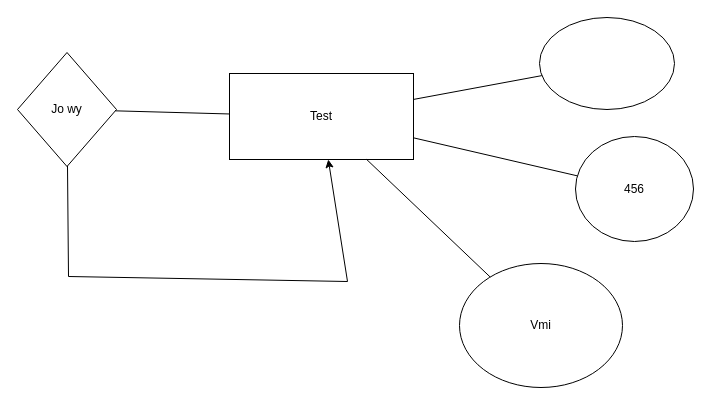
Before: result.drawio in DavidSzelepcsenyi/szakdoga, a draw.io diagram. Source tidied: cells renumbered, new cells numbered last; positions are measured from the earlier drawing's top-left corner, leaving out a move shared by most shapes. Both pictures are drawn from the tidied source at 100%, with x=0, y=0 at pixel (17, 17).
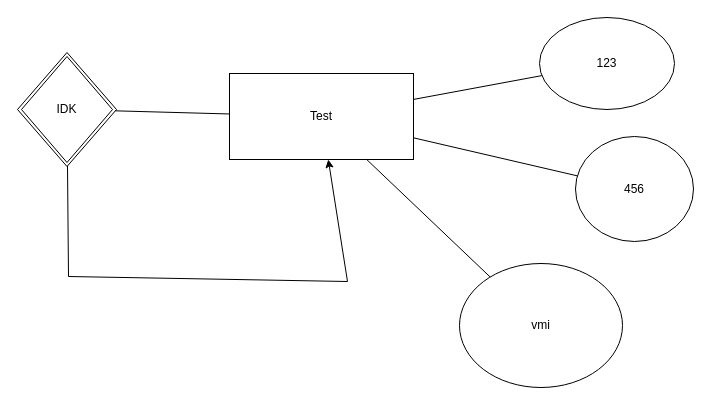
The same diagram, later.

Change to the diagram source:
```diff
@@
 <mxGraphModel>
   <root>
     <mxCell id="0" />
     <mxCell id="1" parent="0" />
-    <mxCell id="2" value="Vmi" style="ellipse;whiteSpace=wrap;html=1;" parent="1" vertex="1">
+    <mxCell id="2" value="vmi" style="ellipse;whiteSpace=wrap;html=1;" parent="1" vertex="1">
       <mxGeometry x="442" y="246" width="163" height="124" as="geometry" />
     </mxCell>
     <mxCell id="3" value="456" style="ellipse;whiteSpace=wrap;html=1;" parent="1" vertex="1">
       <mxGeometry x="558" y="119" width="118" height="105" as="geometry" />
     </mxCell>
     <mxCell id="4" value="Test" style="rounded=0;whiteSpace=wrap;html=1;" parent="1" vertex="1">
       <mxGeometry x="212" y="56" width="184" height="86" as="geometry" />
     </mxCell>
-    <mxCell id="5" value="Jo wy " style="rhombus;whiteSpace=wrap;html=1;" parent="1" vertex="1">
+    <mxCell id="5" value="IDK" style="shape=rhombus;double=1;perimeter=rhombusPerimeter;whiteSpace=wrap;html=1;align=center;" parent="1" vertex="1">
       <mxGeometry y="35" width="99" height="114" as="geometry" />
     </mxCell>
-    <mxCell id="6" style="ellipse;whiteSpace=wrap;html=1;" parent="1" vertex="1">
+    <mxCell id="6" value="123" style="ellipse;whiteSpace=wrap;html=1;" parent="1" vertex="1">
       <mxGeometry x="522" width="135" height="92" as="geometry" />
     </mxCell>
     <mxCell id="7" style="endArrow=none;html=1;rounded=0;" parent="1" edge="1" source="1" target="6">
       <mxGeometry relative="1" as="geometry" />
     </mxCell>
     <mxCell id="8" style="endArrow=none;html=1;rounded=0;" parent="1" edge="1" source="4" target="6">
       <mxGeometry relative="1" as="geometry" />
     </mxCell>
     <mxCell id="9" style="endArrow=none;html=1;rounded=0;" parent="1" edge="1" source="5" target="4">
       <mxGeometry relative="1" as="geometry" />
     </mxCell>
     <mxCell id="10" style="endArrow=none;html=1;rounded=0;" parent="1" edge="1" source="4" target="3">
       <mxGeometry relative="1" as="geometry" />
     </mxCell>
     <mxCell id="11" style="endArrow=none;html=1;rounded=0;" parent="1" edge="1" source="5">
       <mxGeometry relative="1" as="geometry">
         <mxPoint x="51" y="259" as="targetPoint" />
       </mxGeometry>
     </mxCell>
     <mxCell id="12" style="endArrow=classic;html=1;rounded=0;" parent="1" edge="1" target="4">
       <mxGeometry relative="1" as="geometry">
         <mxPoint x="330" y="264" as="sourcePoint" />
       </mxGeometry>
     </mxCell>
     <mxCell id="13" style="endArrow=none;html=1;rounded=0;" parent="1" edge="1" source="4" target="2">
       <mxGeometry relative="1" as="geometry" />
     </mxCell>
     <mxCell id="14" style="endArrow=none;html=1;rounded=0;" parent="1" edge="1">
       <mxGeometry relative="1" as="geometry">
         <mxPoint x="51" y="259" as="sourcePoint" />
         <mxPoint x="330" y="264" as="targetPoint" />
       </mxGeometry>
     </mxCell>
   </root>
 </mxGraphModel>
```
